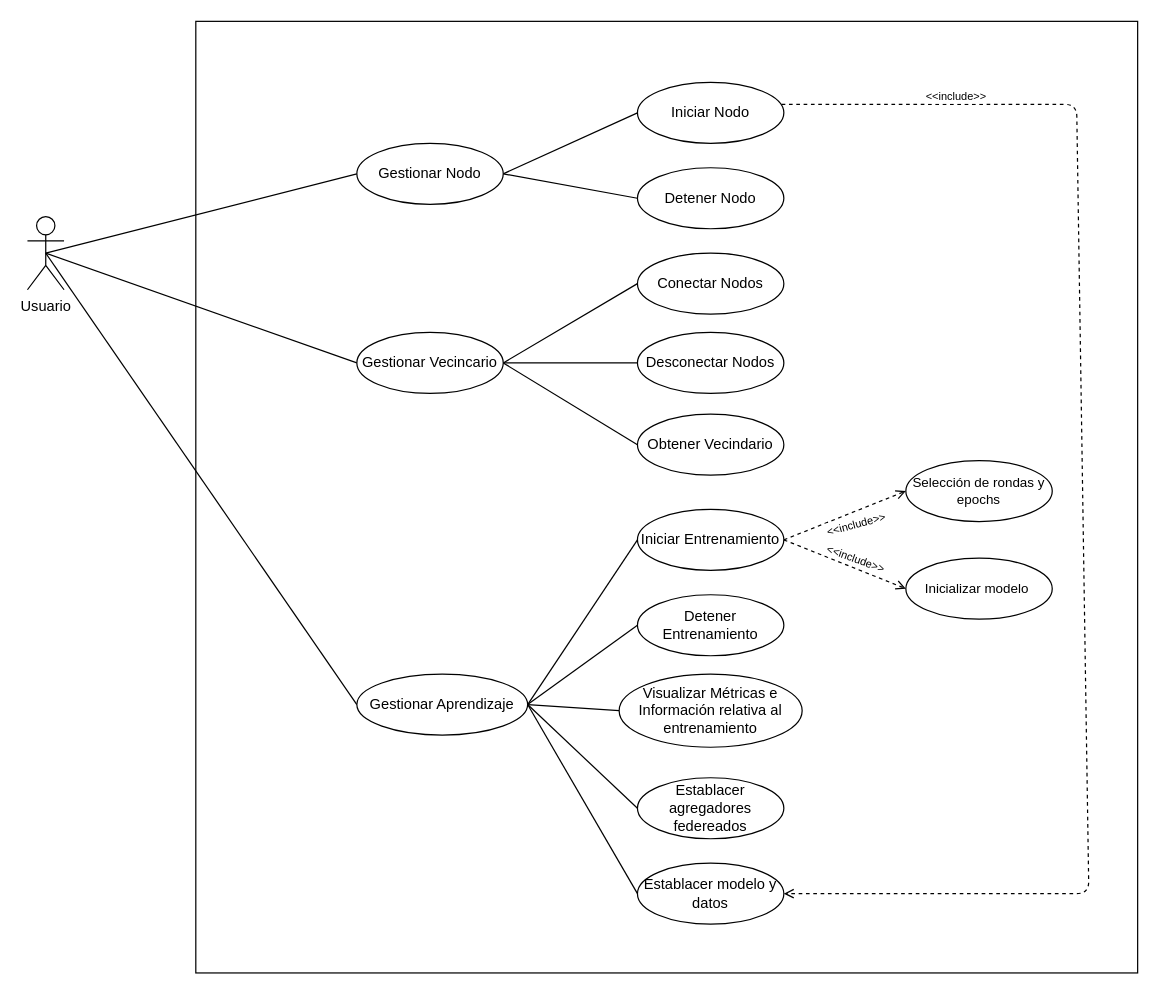
Earlier version of the draw.io diagram Diagramas/cu2.drawio (p2pfl/p2pfl). Source tidied: cells renumbered, new cells numbered last; positions are measured from the earlier drawing's top-left corner, leaving out a move shared by most shapes. Both pictures are drawn from the tidied source at 122%, with x=0, y=0 at pixel (27, 21).
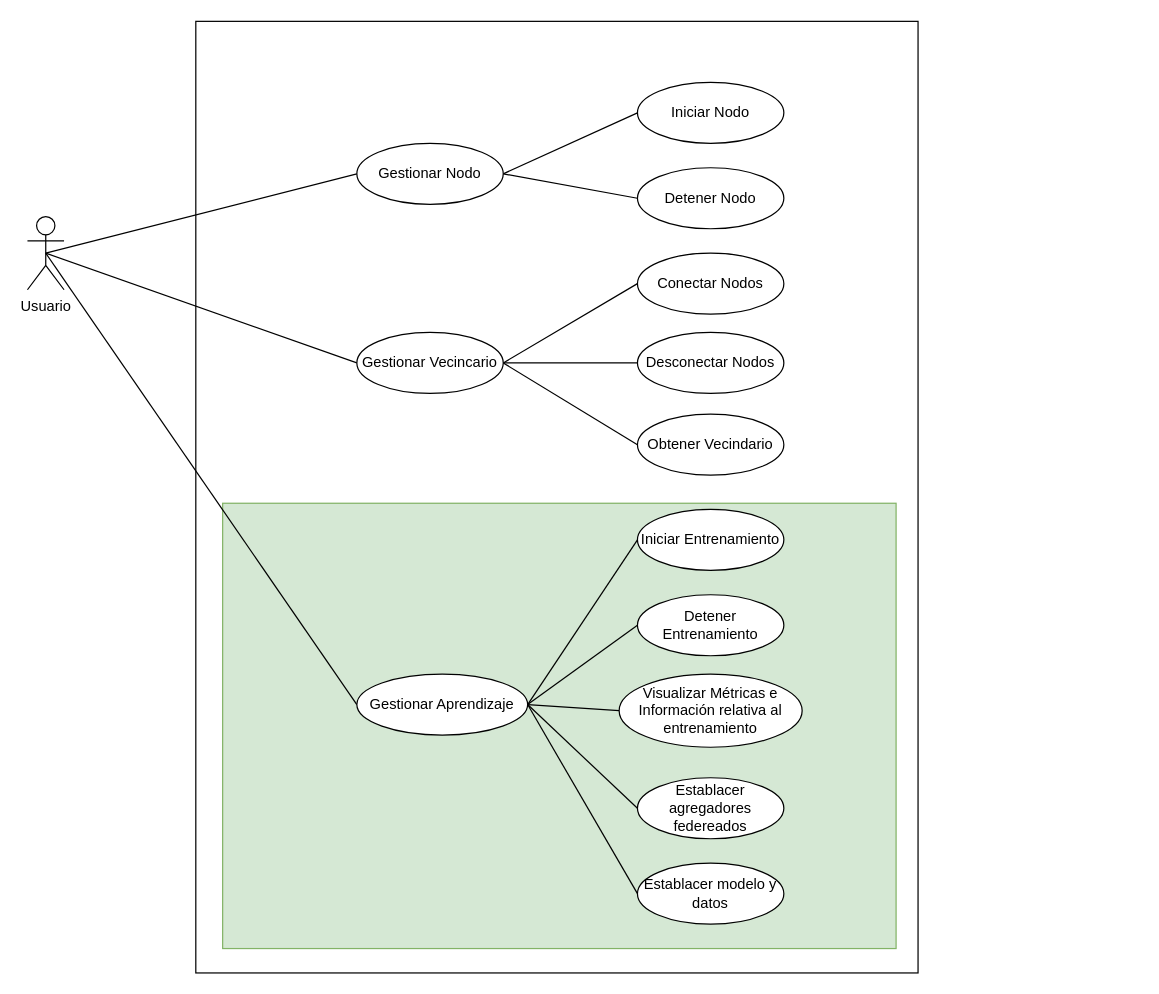
The same diagram, later.

The change refers to these unchanged cells:
```xml
<mxCell id="13" value="&lt;span style=&quot;font-size: 12px;&quot;&gt;Iniciar Nodo&lt;/span&gt;" style="ellipse;whiteSpace=wrap;html=1;fontSize=11;" parent="1" vertex="1">
  <mxGeometry x="500" y="50" width="120" height="50" as="geometry" />
</mxCell>
<mxCell id="27" value="&lt;span style=&quot;font-size: 12px;&quot;&gt;Iniciar Entrenamiento&lt;/span&gt;" style="ellipse;whiteSpace=wrap;html=1;fontSize=11;" parent="1" vertex="1">
  <mxGeometry x="500" y="400" width="120" height="50" as="geometry" />
</mxCell>
<mxCell id="31" value="&lt;span style=&quot;font-size: 12px;&quot;&gt;Establacer modelo y datos&lt;/span&gt;" style="ellipse;whiteSpace=wrap;html=1;fontSize=11;" parent="1" vertex="1">
  <mxGeometry x="500" y="690" width="120" height="50" as="geometry" />
</mxCell>
```

Change to the diagram source:
```diff
@@
     <mxCell id="2" style="rounded=0;whiteSpace=wrap;html=1;fontSize=11;" parent="1" vertex="1">
-      <mxGeometry x="138" width="772" height="780" as="geometry" />
+      <mxGeometry x="138" width="592" height="780" as="geometry" />
     </mxCell>
+    <mxCell id="38" style="rounded=0;whiteSpace=wrap;html=1;fontSize=11;fillColor=#d5e8d4;strokeColor=#82b366;" parent="1" vertex="1">
+      <mxGeometry x="160" y="395" width="552" height="365" as="geometry" />
+    </mxCell>
@@
-    <mxCell id="20" style="endArrow=open;html=1;rounded=1;fontSize=11;endFill=0;entryX=0;entryY=0.5;entryDx=0;entryDy=0;exitX=1;exitY=0.5;exitDx=0;exitDy=0;dashed=1;startArrow=none;startFill=0;" parent="1" edge="1" source="27" target="25">
-      <mxGeometry relative="1" as="geometry" />
-    </mxCell>
-    <mxCell id="21" value="&lt;font style=&quot;font-size: 9px;&quot;&gt;&amp;lt;&amp;lt;include&amp;gt;&amp;gt;&lt;/font&gt;" style="edgeLabel;html=1;align=center;verticalAlign=middle;rotation=-15;" parent="20" vertex="1">
-      <mxGeometry x="-0.07" y="1" relative="1" as="geometry">
-        <mxPoint x="12" y="6" as="offset" />
-      </mxGeometry>
-    </mxCell>
@@
-    <mxCell id="25" value="Selección de rondas y epochs" style="ellipse;whiteSpace=wrap;html=1;fontSize=11;" parent="1" vertex="1">
-      <mxGeometry x="720" y="360" width="120" height="50" as="geometry" />
-    </mxCell>
-    <mxCell id="26" value="Inicializar modelo&amp;nbsp;" style="ellipse;whiteSpace=wrap;html=1;fontSize=11;" parent="1" vertex="1">
-      <mxGeometry x="720" y="440" width="120" height="50" as="geometry" />
-    </mxCell>
@@
-    <mxCell id="32" style="endArrow=open;html=1;rounded=1;fontSize=11;endFill=0;exitX=1;exitY=0.5;exitDx=0;exitDy=0;dashed=1;startArrow=none;startFill=0;entryX=0;entryY=0.5;entryDx=0;entryDy=0;" parent="1" edge="1" source="27" target="26">
-      <mxGeometry relative="1" as="geometry" />
-    </mxCell>
-    <mxCell id="33" value="&lt;font style=&quot;font-size: 9px;&quot;&gt;&amp;lt;&amp;lt;include&amp;gt;&amp;gt;&lt;/font&gt;" style="edgeLabel;html=1;align=center;verticalAlign=middle;rotation=20;" parent="32" vertex="1">
-      <mxGeometry x="-0.07" y="1" relative="1" as="geometry">
-        <mxPoint x="12" y="-3" as="offset" />
-      </mxGeometry>
-    </mxCell>
@@
-    <mxCell id="36" style="endArrow=open;html=1;rounded=1;fontSize=11;endFill=0;entryX=1;entryY=0.5;entryDx=0;entryDy=0;dashed=1;startArrow=none;startFill=0;exitX=0.985;exitY=0.36;exitDx=0;exitDy=0;exitPerimeter=0;" parent="1" edge="1" source="13" target="31">
-      <mxGeometry relative="1" as="geometry">
-        <Array as="points">
-          <mxPoint x="860" y="68" />
-          <mxPoint x="870" y="715" />
-        </Array>
-      </mxGeometry>
-    </mxCell>
-    <mxCell id="37" value="&lt;font style=&quot;font-size: 9px;&quot;&gt;&amp;lt;&amp;lt;include&amp;gt;&amp;gt;&lt;/font&gt;" style="edgeLabel;html=1;align=center;verticalAlign=middle;rotation=0;" parent="36" vertex="1">
-      <mxGeometry x="-0.07" y="1" relative="1" as="geometry">
-        <mxPoint x="-105" y="-296" as="offset" />
-      </mxGeometry>
-    </mxCell>
```
